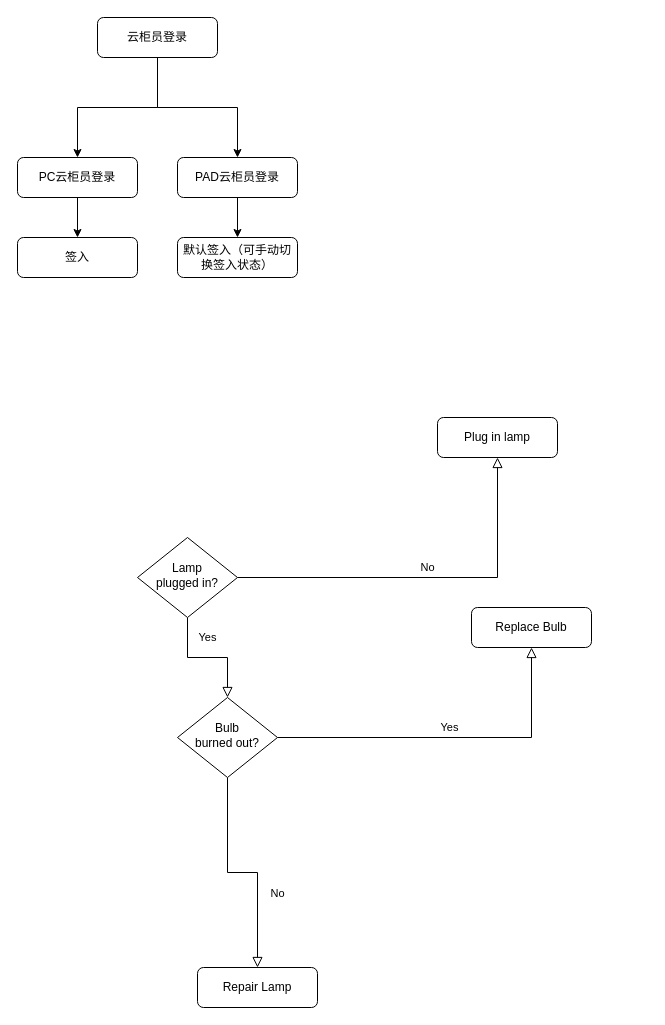
The draw.io diagram 未命名绘图.drawio in miraclehifi/Web, before the edit. Source tidied: cells renumbered, new cells numbered last; positions are measured from the earlier drawing's top-left corner, leaving out a move shared by most shapes. Both pictures are drawn from the tidied source at 100%, with x=0, y=0 at pixel (17, 17).
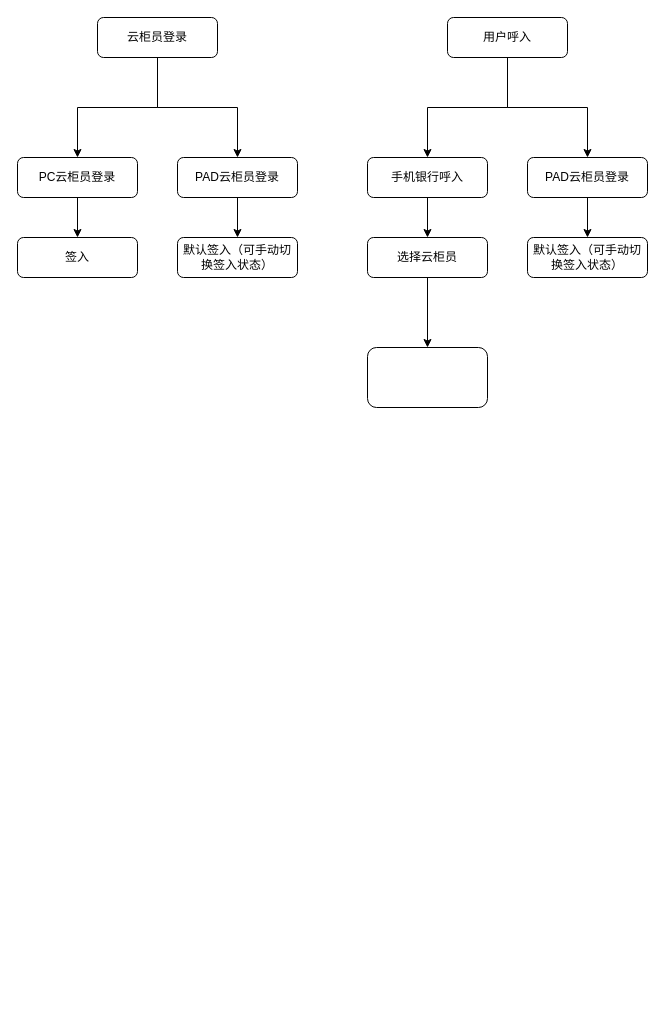
Above is the later version.

Commit message (it also covers changes not shown here):
更新未命名绘图.drawio

Change to the diagram source:
```diff
@@
-    <mxCell id="5" value="Yes" style="rounded=0;html=1;jettySize=auto;fontSize=11;endArrow=block;endFill=0;endSize=8;strokeWidth=1;shadow=0;labelBackgroundColor=none;edgeStyle=orthogonalEdgeStyle;" parent="1" edge="1" source="7" target="11">
-      <mxGeometry y="20" relative="1" as="geometry" />
-    </mxCell>
-    <mxCell id="6" value="No" style="edgeStyle=orthogonalEdgeStyle;rounded=0;html=1;jettySize=auto;fontSize=11;endArrow=block;endFill=0;endSize=8;strokeWidth=1;shadow=0;labelBackgroundColor=none;" parent="1" edge="1" source="7" target="8">
-      <mxGeometry y="10" relative="1" as="geometry" />
-    </mxCell>
-    <mxCell id="7" value="Lamp&lt;br&gt;plugged in?" style="rhombus;whiteSpace=wrap;html=1;shadow=0;fontFamily=Helvetica;fontSize=12;align=center;strokeWidth=1;spacing=6;spacingTop=-4;" parent="1" vertex="1">
-      <mxGeometry x="120" y="520" width="100" height="80" as="geometry" />
-    </mxCell>
-    <mxCell id="8" value="Plug in lamp" style="rounded=1;whiteSpace=wrap;html=1;fontSize=12;glass=0;strokeWidth=1;shadow=0;" parent="1" vertex="1">
-      <mxGeometry x="420" y="400" width="120" height="40" as="geometry" />
-    </mxCell>
-    <mxCell id="9" value="No" style="rounded=0;html=1;jettySize=auto;fontSize=11;endArrow=block;endFill=0;endSize=8;strokeWidth=1;shadow=0;labelBackgroundColor=none;edgeStyle=orthogonalEdgeStyle;" parent="1" edge="1" source="11" target="12">
-      <mxGeometry x="0.33" y="20" relative="1" as="geometry" />
-    </mxCell>
-    <mxCell id="10" value="Yes" style="edgeStyle=orthogonalEdgeStyle;rounded=0;html=1;jettySize=auto;fontSize=11;endArrow=block;endFill=0;endSize=8;strokeWidth=1;shadow=0;labelBackgroundColor=none;" parent="1" edge="1" source="11" target="13">
-      <mxGeometry y="10" relative="1" as="geometry" />
-    </mxCell>
-    <mxCell id="11" value="Bulb&lt;br&gt;burned out?" style="rhombus;whiteSpace=wrap;html=1;shadow=0;fontFamily=Helvetica;fontSize=12;align=center;strokeWidth=1;spacing=6;spacingTop=-4;" parent="1" vertex="1">
-      <mxGeometry x="160" y="680" width="100" height="80" as="geometry" />
-    </mxCell>
-    <mxCell id="12" value="Repair Lamp" style="rounded=1;whiteSpace=wrap;html=1;fontSize=12;glass=0;strokeWidth=1;shadow=0;" parent="1" vertex="1">
-      <mxGeometry x="180" y="950" width="120" height="40" as="geometry" />
-    </mxCell>
-    <mxCell id="13" value="Replace Bulb" style="rounded=1;whiteSpace=wrap;html=1;fontSize=12;glass=0;strokeWidth=1;shadow=0;" parent="1" vertex="1">
-      <mxGeometry x="454" y="590" width="120" height="40" as="geometry" />
-    </mxCell>
@@
+    <mxCell id="20" style="edgeStyle=orthogonalEdgeStyle;rounded=0;jettySize=auto;html=1;exitX=0.5;exitY=1;exitDx=0;exitDy=0;entryX=0.5;entryY=0;entryDx=0;entryDy=0;" parent="1" edge="1" source="22" target="24">
+      <mxGeometry relative="1" as="geometry" />
+    </mxCell>
+    <mxCell id="21" style="edgeStyle=orthogonalEdgeStyle;rounded=0;jettySize=auto;html=1;entryX=0.5;entryY=0;entryDx=0;entryDy=0;" parent="1" edge="1" source="22" target="26">
+      <mxGeometry relative="1" as="geometry" />
+    </mxCell>
+    <mxCell id="22" value="用户呼入" style="rounded=1;whiteSpace=wrap;html=1;fontSize=12;glass=0;strokeWidth=1;shadow=0;" parent="1" vertex="1">
+      <mxGeometry x="430" width="120" height="40" as="geometry" />
+    </mxCell>
+    <mxCell id="23" style="edgeStyle=orthogonalEdgeStyle;rounded=0;jettySize=auto;html=1;exitX=0.5;exitY=1;exitDx=0;exitDy=0;entryX=0.5;entryY=0;entryDx=0;entryDy=0;" parent="1" edge="1" source="24" target="28">
+      <mxGeometry relative="1" as="geometry" />
+    </mxCell>
+    <mxCell id="24" value="手机银行呼入" style="rounded=1;whiteSpace=wrap;html=1;fontSize=12;glass=0;strokeWidth=1;shadow=0;" parent="1" vertex="1">
+      <mxGeometry x="350" y="140" width="120" height="40" as="geometry" />
+    </mxCell>
+    <mxCell id="25" style="edgeStyle=orthogonalEdgeStyle;rounded=0;jettySize=auto;html=1;exitX=0.5;exitY=1;exitDx=0;exitDy=0;entryX=0.5;entryY=0;entryDx=0;entryDy=0;" parent="1" edge="1" source="26" target="29">
+      <mxGeometry relative="1" as="geometry" />
+    </mxCell>
+    <mxCell id="26" value="PAD云柜员登录" style="rounded=1;whiteSpace=wrap;html=1;fontSize=12;glass=0;strokeWidth=1;shadow=0;" parent="1" vertex="1">
+      <mxGeometry x="510" y="140" width="120" height="40" as="geometry" />
+    </mxCell>
+    <mxCell id="27" style="edgeStyle=orthogonalEdgeStyle;rounded=0;jettySize=auto;html=1;" parent="1" edge="1" source="28" target="30">
+      <mxGeometry relative="1" as="geometry" />
+    </mxCell>
+    <mxCell id="28" value="选择云柜员" style="rounded=1;whiteSpace=wrap;html=1;fontSize=12;glass=0;strokeWidth=1;shadow=0;" parent="1" vertex="1">
+      <mxGeometry x="350" y="220" width="120" height="40" as="geometry" />
+    </mxCell>
+    <mxCell id="29" value="默认签入（可手动切换签入状态）" style="rounded=1;whiteSpace=wrap;html=1;fontSize=12;glass=0;strokeWidth=1;shadow=0;" parent="1" vertex="1">
+      <mxGeometry x="510" y="220" width="120" height="40" as="geometry" />
+    </mxCell>
+    <mxCell id="30" style="whiteSpace=wrap;html=1;rounded=1;glass=0;strokeWidth=1;shadow=0;" parent="1" vertex="1">
+      <mxGeometry x="350" y="330" width="120" height="60" as="geometry" />
+    </mxCell>
```
